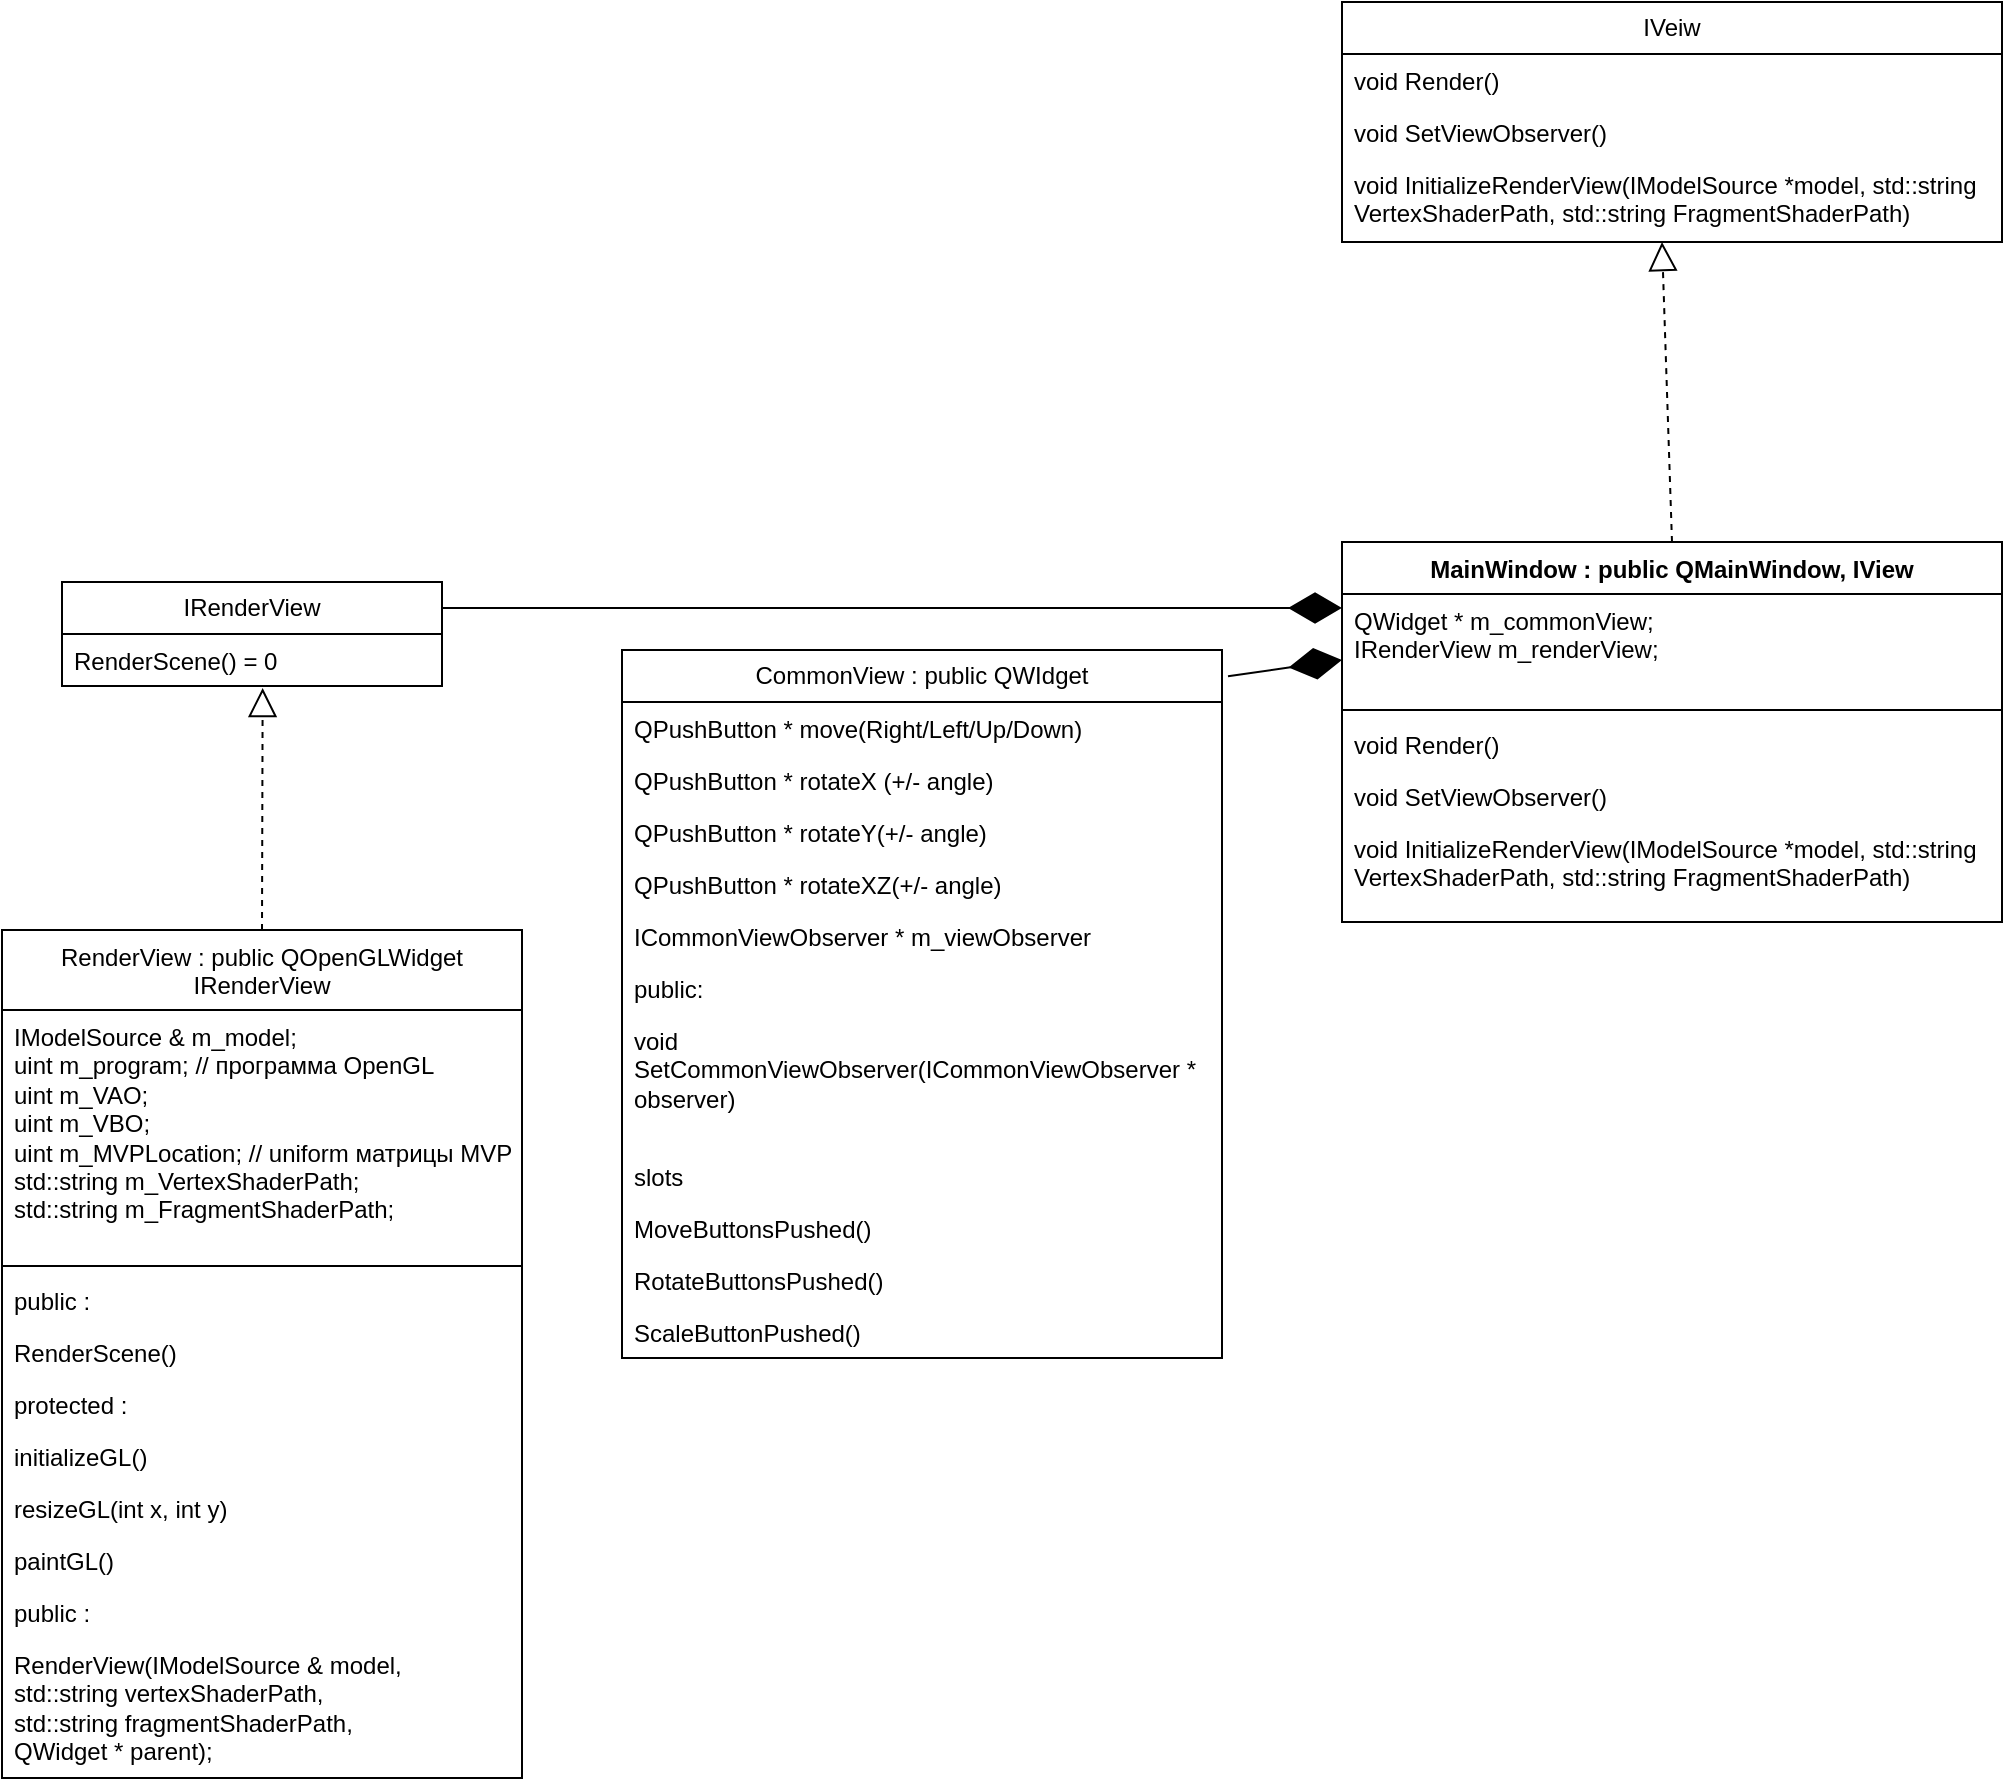
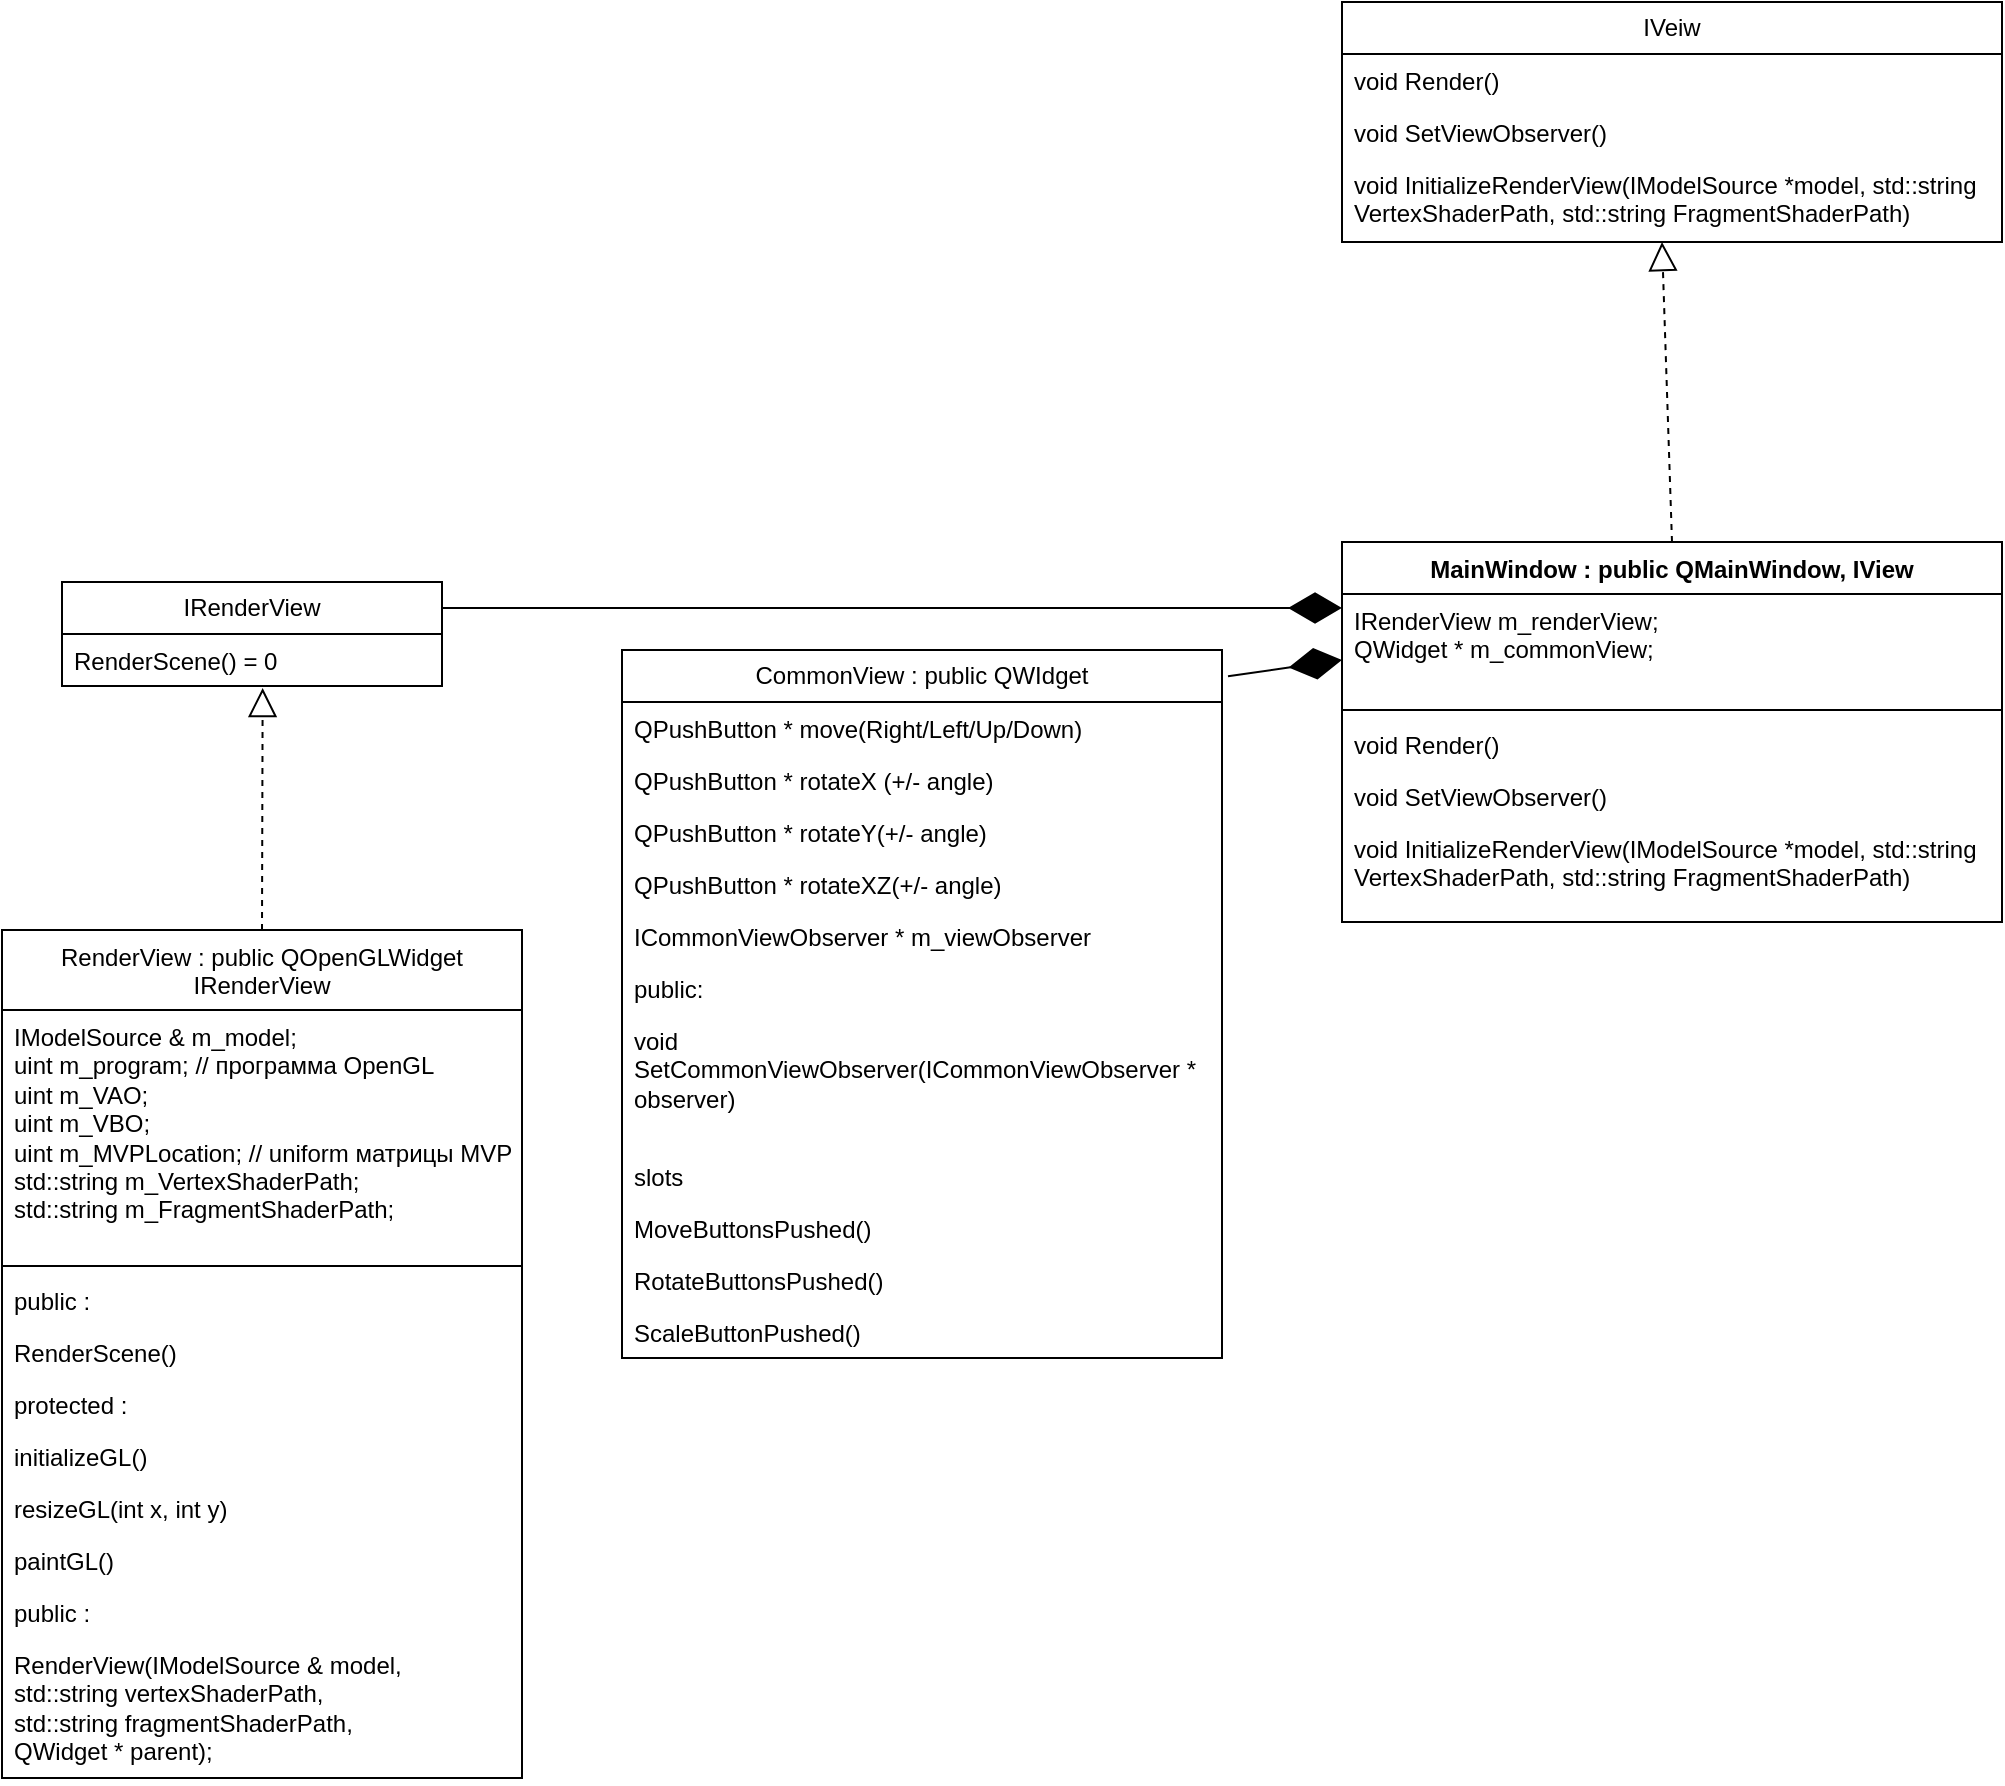
<mxfile host="Electron" agent="Mozilla/5.0 (Windows NT 10.0; Win64; x64) AppleWebKit/537.36 (KHTML, like Gecko) draw.io/27.0.2 Chrome/134.0.6998.205 Electron/35.3.0 Safari/537.36" version="27.0.2">
  <diagram name="Страница — 1" id="o-TjnIXwQH7PSGIuXzLL">
    <mxGraphModel dx="2253" dy="849" grid="1" gridSize="10" guides="1" tooltips="1" connect="1" arrows="1" fold="1" page="1" pageScale="1" pageWidth="827" pageHeight="1169" math="0" shadow="0">
      <root>
        <mxCell id="0" />
        <mxCell id="1" parent="0" />
        <mxCell id="r78E2_n_4Sw7PUzBjdpD-1" value="IVeiw" style="swimlane;fontStyle=0;childLayout=stackLayout;horizontal=1;startSize=26;fillColor=none;horizontalStack=0;resizeParent=1;resizeParentMax=0;resizeLast=0;collapsible=1;marginBottom=0;whiteSpace=wrap;html=1;" parent="1" vertex="1">
          <mxGeometry x="120" y="160" width="330" height="120" as="geometry" />
        </mxCell>
        <mxCell id="r78E2_n_4Sw7PUzBjdpD-2" value="void Render()" style="text;strokeColor=none;fillColor=none;align=left;verticalAlign=top;spacingLeft=4;spacingRight=4;overflow=hidden;rotatable=0;points=[[0,0.5],[1,0.5]];portConstraint=eastwest;whiteSpace=wrap;html=1;" parent="r78E2_n_4Sw7PUzBjdpD-1" vertex="1">
          <mxGeometry y="26" width="330" height="26" as="geometry" />
        </mxCell>
        <mxCell id="r78E2_n_4Sw7PUzBjdpD-3" value="void SetViewObserver()" style="text;strokeColor=none;fillColor=none;align=left;verticalAlign=top;spacingLeft=4;spacingRight=4;overflow=hidden;rotatable=0;points=[[0,0.5],[1,0.5]];portConstraint=eastwest;whiteSpace=wrap;html=1;" parent="r78E2_n_4Sw7PUzBjdpD-1" vertex="1">
          <mxGeometry y="52" width="330" height="26" as="geometry" />
        </mxCell>
        <mxCell id="r78E2_n_4Sw7PUzBjdpD-4" value="void InitializeRenderView(IModelSource *model, std::string VertexShaderPath, std::string FragmentShaderPath)" style="text;strokeColor=none;fillColor=none;align=left;verticalAlign=top;spacingLeft=4;spacingRight=4;overflow=hidden;rotatable=0;points=[[0,0.5],[1,0.5]];portConstraint=eastwest;whiteSpace=wrap;html=1;" parent="r78E2_n_4Sw7PUzBjdpD-1" vertex="1">
          <mxGeometry y="78" width="330" height="42" as="geometry" />
        </mxCell>
        <mxCell id="r78E2_n_4Sw7PUzBjdpD-12" value="MainWindow : public QMainWindow, IView" style="swimlane;fontStyle=1;align=center;verticalAlign=top;childLayout=stackLayout;horizontal=1;startSize=26;horizontalStack=0;resizeParent=1;resizeParentMax=0;resizeLast=0;collapsible=1;marginBottom=0;whiteSpace=wrap;html=1;" parent="1" vertex="1">
          <mxGeometry x="120" y="430" width="330" height="190" as="geometry" />
        </mxCell>
-         <mxCell id="r78E2_n_4Sw7PUzBjdpD-13" value="QWidget * m_commonView;&lt;div&gt;IRenderView m_renderView;&lt;/div&gt;" style="text;strokeColor=none;fillColor=none;align=left;verticalAlign=top;spacingLeft=4;spacingRight=4;overflow=hidden;rotatable=0;points=[[0,0.5],[1,0.5]];portConstraint=eastwest;whiteSpace=wrap;html=1;" parent="r78E2_n_4Sw7PUzBjdpD-12" vertex="1">
+         <mxCell id="r78E2_n_4Sw7PUzBjdpD-13" value="&lt;div&gt;IRenderView m_renderView;&lt;/div&gt;&lt;div&gt;QWidget * m_commonView;&lt;/div&gt;" style="text;strokeColor=none;fillColor=none;align=left;verticalAlign=top;spacingLeft=4;spacingRight=4;overflow=hidden;rotatable=0;points=[[0,0.5],[1,0.5]];portConstraint=eastwest;whiteSpace=wrap;html=1;" parent="r78E2_n_4Sw7PUzBjdpD-12" vertex="1">
          <mxGeometry y="26" width="330" height="54" as="geometry" />
        </mxCell>
        <mxCell id="r78E2_n_4Sw7PUzBjdpD-14" value="" style="line;strokeWidth=1;fillColor=none;align=left;verticalAlign=middle;spacingTop=-1;spacingLeft=3;spacingRight=3;rotatable=0;labelPosition=right;points=[];portConstraint=eastwest;strokeColor=inherit;" parent="r78E2_n_4Sw7PUzBjdpD-12" vertex="1">
          <mxGeometry y="80" width="330" height="8" as="geometry" />
        </mxCell>
        <mxCell id="r78E2_n_4Sw7PUzBjdpD-15" value="void Render()" style="text;strokeColor=none;fillColor=none;align=left;verticalAlign=top;spacingLeft=4;spacingRight=4;overflow=hidden;rotatable=0;points=[[0,0.5],[1,0.5]];portConstraint=eastwest;whiteSpace=wrap;html=1;" parent="r78E2_n_4Sw7PUzBjdpD-12" vertex="1">
          <mxGeometry y="88" width="330" height="26" as="geometry" />
        </mxCell>
        <mxCell id="r78E2_n_4Sw7PUzBjdpD-17" value="void SetViewObserver()" style="text;strokeColor=none;fillColor=none;align=left;verticalAlign=top;spacingLeft=4;spacingRight=4;overflow=hidden;rotatable=0;points=[[0,0.5],[1,0.5]];portConstraint=eastwest;whiteSpace=wrap;html=1;" parent="r78E2_n_4Sw7PUzBjdpD-12" vertex="1">
          <mxGeometry y="114" width="330" height="26" as="geometry" />
        </mxCell>
        <mxCell id="r78E2_n_4Sw7PUzBjdpD-18" value="void InitializeRenderView(IModelSource *model, std::string VertexShaderPath, std::string FragmentShaderPath)" style="text;strokeColor=none;fillColor=none;align=left;verticalAlign=top;spacingLeft=4;spacingRight=4;overflow=hidden;rotatable=0;points=[[0,0.5],[1,0.5]];portConstraint=eastwest;whiteSpace=wrap;html=1;" parent="r78E2_n_4Sw7PUzBjdpD-12" vertex="1">
          <mxGeometry y="140" width="330" height="50" as="geometry" />
        </mxCell>
        <mxCell id="r78E2_n_4Sw7PUzBjdpD-20" value="" style="endArrow=block;dashed=1;endFill=0;endSize=12;html=1;rounded=0;exitX=0.5;exitY=0;exitDx=0;exitDy=0;" parent="1" source="r78E2_n_4Sw7PUzBjdpD-12" edge="1">
          <mxGeometry width="160" relative="1" as="geometry">
            <mxPoint x="330" y="440" as="sourcePoint" />
            <mxPoint x="280" y="280" as="targetPoint" />
          </mxGeometry>
        </mxCell>
        <mxCell id="r78E2_n_4Sw7PUzBjdpD-21" value="IRenderView" style="swimlane;fontStyle=0;childLayout=stackLayout;horizontal=1;startSize=26;fillColor=none;horizontalStack=0;resizeParent=1;resizeParentMax=0;resizeLast=0;collapsible=1;marginBottom=0;whiteSpace=wrap;html=1;" parent="1" vertex="1">
          <mxGeometry x="-520" y="450" width="190" height="52" as="geometry" />
        </mxCell>
        <mxCell id="r78E2_n_4Sw7PUzBjdpD-22" value="RenderScene() = 0" style="text;strokeColor=none;fillColor=none;align=left;verticalAlign=top;spacingLeft=4;spacingRight=4;overflow=hidden;rotatable=0;points=[[0,0.5],[1,0.5]];portConstraint=eastwest;whiteSpace=wrap;html=1;" parent="r78E2_n_4Sw7PUzBjdpD-21" vertex="1">
          <mxGeometry y="26" width="190" height="26" as="geometry" />
        </mxCell>
        <mxCell id="r78E2_n_4Sw7PUzBjdpD-23" value="" style="endArrow=block;dashed=1;endFill=0;endSize=12;html=1;rounded=0;entryX=0.528;entryY=1.038;entryDx=0;entryDy=0;entryPerimeter=0;exitX=0.5;exitY=0;exitDx=0;exitDy=0;" parent="1" source="r78E2_n_4Sw7PUzBjdpD-24" target="r78E2_n_4Sw7PUzBjdpD-22" edge="1">
          <mxGeometry width="160" relative="1" as="geometry">
            <mxPoint x="-180" y="604" as="sourcePoint" />
            <mxPoint x="-140" y="524" as="targetPoint" />
          </mxGeometry>
        </mxCell>
        <mxCell id="r78E2_n_4Sw7PUzBjdpD-24" value="&lt;span style=&quot;font-weight: 400;&quot;&gt;RenderView : public QOpenGLWidget&lt;/span&gt;&lt;div&gt;&lt;span style=&quot;font-weight: 400;&quot;&gt;IRenderView&lt;/span&gt;&lt;/div&gt;&lt;div&gt;&lt;span style=&quot;font-weight: 400;&quot;&gt;&lt;br&gt;&lt;/span&gt;&lt;/div&gt;" style="swimlane;fontStyle=1;align=center;verticalAlign=top;childLayout=stackLayout;horizontal=1;startSize=40;horizontalStack=0;resizeParent=1;resizeParentMax=0;resizeLast=0;collapsible=1;marginBottom=0;whiteSpace=wrap;html=1;" parent="1" vertex="1">
          <mxGeometry x="-550" y="624" width="260" height="424" as="geometry" />
        </mxCell>
        <mxCell id="r78E2_n_4Sw7PUzBjdpD-25" value="IModelSource &amp;amp; m_model;&amp;nbsp;&lt;div&gt;uint m_program; // программа OpenGL&lt;/div&gt;&lt;div&gt;uint m_VAO;&lt;/div&gt;&lt;div&gt;uint m_VBO;&lt;/div&gt;&lt;div&gt;uint m_MVPLocation; // uniform матрицы MVP&lt;/div&gt;&lt;div&gt;std::string m_VertexShaderPath;&lt;/div&gt;&lt;div&gt;std::string m_FragmentShaderPath;&lt;/div&gt;" style="text;strokeColor=none;fillColor=none;align=left;verticalAlign=top;spacingLeft=4;spacingRight=4;overflow=hidden;rotatable=0;points=[[0,0.5],[1,0.5]];portConstraint=eastwest;whiteSpace=wrap;html=1;" parent="r78E2_n_4Sw7PUzBjdpD-24" vertex="1">
          <mxGeometry y="40" width="260" height="124" as="geometry" />
        </mxCell>
        <mxCell id="r78E2_n_4Sw7PUzBjdpD-26" value="" style="line;strokeWidth=1;fillColor=none;align=left;verticalAlign=middle;spacingTop=-1;spacingLeft=3;spacingRight=3;rotatable=0;labelPosition=right;points=[];portConstraint=eastwest;strokeColor=inherit;" parent="r78E2_n_4Sw7PUzBjdpD-24" vertex="1">
          <mxGeometry y="164" width="260" height="8" as="geometry" />
        </mxCell>
        <mxCell id="r78E2_n_4Sw7PUzBjdpD-27" value="public :" style="text;strokeColor=none;fillColor=none;align=left;verticalAlign=top;spacingLeft=4;spacingRight=4;overflow=hidden;rotatable=0;points=[[0,0.5],[1,0.5]];portConstraint=eastwest;whiteSpace=wrap;html=1;" parent="r78E2_n_4Sw7PUzBjdpD-24" vertex="1">
          <mxGeometry y="172" width="260" height="26" as="geometry" />
        </mxCell>
        <mxCell id="r78E2_n_4Sw7PUzBjdpD-28" value="RenderScene()" style="text;strokeColor=none;fillColor=none;align=left;verticalAlign=top;spacingLeft=4;spacingRight=4;overflow=hidden;rotatable=0;points=[[0,0.5],[1,0.5]];portConstraint=eastwest;whiteSpace=wrap;html=1;" parent="r78E2_n_4Sw7PUzBjdpD-24" vertex="1">
          <mxGeometry y="198" width="260" height="26" as="geometry" />
        </mxCell>
        <mxCell id="r78E2_n_4Sw7PUzBjdpD-29" value="protected :" style="text;strokeColor=none;fillColor=none;align=left;verticalAlign=top;spacingLeft=4;spacingRight=4;overflow=hidden;rotatable=0;points=[[0,0.5],[1,0.5]];portConstraint=eastwest;whiteSpace=wrap;html=1;" parent="r78E2_n_4Sw7PUzBjdpD-24" vertex="1">
          <mxGeometry y="224" width="260" height="26" as="geometry" />
        </mxCell>
        <mxCell id="r78E2_n_4Sw7PUzBjdpD-30" value="initializeGL()" style="text;strokeColor=none;fillColor=none;align=left;verticalAlign=top;spacingLeft=4;spacingRight=4;overflow=hidden;rotatable=0;points=[[0,0.5],[1,0.5]];portConstraint=eastwest;whiteSpace=wrap;html=1;" parent="r78E2_n_4Sw7PUzBjdpD-24" vertex="1">
          <mxGeometry y="250" width="260" height="26" as="geometry" />
        </mxCell>
        <mxCell id="r78E2_n_4Sw7PUzBjdpD-31" value="resizeGL(int x, int y)" style="text;strokeColor=none;fillColor=none;align=left;verticalAlign=top;spacingLeft=4;spacingRight=4;overflow=hidden;rotatable=0;points=[[0,0.5],[1,0.5]];portConstraint=eastwest;whiteSpace=wrap;html=1;" parent="r78E2_n_4Sw7PUzBjdpD-24" vertex="1">
          <mxGeometry y="276" width="260" height="26" as="geometry" />
        </mxCell>
        <mxCell id="r78E2_n_4Sw7PUzBjdpD-32" value="paintGL()" style="text;strokeColor=none;fillColor=none;align=left;verticalAlign=top;spacingLeft=4;spacingRight=4;overflow=hidden;rotatable=0;points=[[0,0.5],[1,0.5]];portConstraint=eastwest;whiteSpace=wrap;html=1;" parent="r78E2_n_4Sw7PUzBjdpD-24" vertex="1">
          <mxGeometry y="302" width="260" height="26" as="geometry" />
        </mxCell>
        <mxCell id="r78E2_n_4Sw7PUzBjdpD-33" value="public :" style="text;strokeColor=none;fillColor=none;align=left;verticalAlign=top;spacingLeft=4;spacingRight=4;overflow=hidden;rotatable=0;points=[[0,0.5],[1,0.5]];portConstraint=eastwest;whiteSpace=wrap;html=1;" parent="r78E2_n_4Sw7PUzBjdpD-24" vertex="1">
          <mxGeometry y="328" width="260" height="26" as="geometry" />
        </mxCell>
        <mxCell id="r78E2_n_4Sw7PUzBjdpD-34" value="RenderView(IModelSource &amp;amp;&amp;nbsp;model,&lt;div&gt;std::string vertexShaderPath,&lt;/div&gt;&lt;div&gt;std::string fragmentShaderPath,&lt;/div&gt;&lt;div&gt;QWidget * parent);&lt;/div&gt;" style="text;strokeColor=none;fillColor=none;align=left;verticalAlign=top;spacingLeft=4;spacingRight=4;overflow=hidden;rotatable=0;points=[[0,0.5],[1,0.5]];portConstraint=eastwest;whiteSpace=wrap;html=1;" parent="r78E2_n_4Sw7PUzBjdpD-24" vertex="1">
          <mxGeometry y="354" width="260" height="70" as="geometry" />
        </mxCell>
        <mxCell id="r78E2_n_4Sw7PUzBjdpD-35" value="" style="endArrow=diamondThin;endFill=1;endSize=24;html=1;rounded=0;entryX=0;entryY=0.5;entryDx=0;entryDy=0;exitX=1;exitY=0.25;exitDx=0;exitDy=0;" parent="1" source="r78E2_n_4Sw7PUzBjdpD-21" edge="1">
          <mxGeometry width="160" relative="1" as="geometry">
            <mxPoint x="330" y="704" as="sourcePoint" />
            <mxPoint x="120" y="463" as="targetPoint" />
          </mxGeometry>
        </mxCell>
        <mxCell id="r78E2_n_4Sw7PUzBjdpD-36" value="CommonView : public QWIdget" style="swimlane;fontStyle=0;childLayout=stackLayout;horizontal=1;startSize=26;fillColor=none;horizontalStack=0;resizeParent=1;resizeParentMax=0;resizeLast=0;collapsible=1;marginBottom=0;whiteSpace=wrap;html=1;" parent="1" vertex="1">
          <mxGeometry x="-240" y="484" width="300" height="354" as="geometry" />
        </mxCell>
        <mxCell id="r78E2_n_4Sw7PUzBjdpD-37" value="QPushButton * move(Right/Left/Up/Down)" style="text;strokeColor=none;fillColor=none;align=left;verticalAlign=top;spacingLeft=4;spacingRight=4;overflow=hidden;rotatable=0;points=[[0,0.5],[1,0.5]];portConstraint=eastwest;whiteSpace=wrap;html=1;" parent="r78E2_n_4Sw7PUzBjdpD-36" vertex="1">
          <mxGeometry y="26" width="300" height="26" as="geometry" />
        </mxCell>
        <mxCell id="r78E2_n_4Sw7PUzBjdpD-38" value="QPushButton * rotateX (+/- angle)" style="text;strokeColor=none;fillColor=none;align=left;verticalAlign=top;spacingLeft=4;spacingRight=4;overflow=hidden;rotatable=0;points=[[0,0.5],[1,0.5]];portConstraint=eastwest;whiteSpace=wrap;html=1;" parent="r78E2_n_4Sw7PUzBjdpD-36" vertex="1">
          <mxGeometry y="52" width="300" height="26" as="geometry" />
        </mxCell>
        <mxCell id="r78E2_n_4Sw7PUzBjdpD-39" value="QPushButton * rotateY(+/- angle)" style="text;strokeColor=none;fillColor=none;align=left;verticalAlign=top;spacingLeft=4;spacingRight=4;overflow=hidden;rotatable=0;points=[[0,0.5],[1,0.5]];portConstraint=eastwest;whiteSpace=wrap;html=1;" parent="r78E2_n_4Sw7PUzBjdpD-36" vertex="1">
          <mxGeometry y="78" width="300" height="26" as="geometry" />
        </mxCell>
        <mxCell id="r78E2_n_4Sw7PUzBjdpD-40" value="QPushButton * rotateXZ(+/- angle)" style="text;strokeColor=none;fillColor=none;align=left;verticalAlign=top;spacingLeft=4;spacingRight=4;overflow=hidden;rotatable=0;points=[[0,0.5],[1,0.5]];portConstraint=eastwest;whiteSpace=wrap;html=1;" parent="r78E2_n_4Sw7PUzBjdpD-36" vertex="1">
          <mxGeometry y="104" width="300" height="26" as="geometry" />
        </mxCell>
        <mxCell id="r78E2_n_4Sw7PUzBjdpD-41" value="ICommonViewObserver * m_viewObserver" style="text;strokeColor=none;fillColor=none;align=left;verticalAlign=top;spacingLeft=4;spacingRight=4;overflow=hidden;rotatable=0;points=[[0,0.5],[1,0.5]];portConstraint=eastwest;whiteSpace=wrap;html=1;" parent="r78E2_n_4Sw7PUzBjdpD-36" vertex="1">
          <mxGeometry y="130" width="300" height="26" as="geometry" />
        </mxCell>
        <mxCell id="r78E2_n_4Sw7PUzBjdpD-42" value="public:" style="text;strokeColor=none;fillColor=none;align=left;verticalAlign=top;spacingLeft=4;spacingRight=4;overflow=hidden;rotatable=0;points=[[0,0.5],[1,0.5]];portConstraint=eastwest;whiteSpace=wrap;html=1;" parent="r78E2_n_4Sw7PUzBjdpD-36" vertex="1">
          <mxGeometry y="156" width="300" height="26" as="geometry" />
        </mxCell>
        <mxCell id="r78E2_n_4Sw7PUzBjdpD-43" value="void SetCommonViewObserver(ICommonViewObserver * observer)" style="text;strokeColor=none;fillColor=none;align=left;verticalAlign=top;spacingLeft=4;spacingRight=4;overflow=hidden;rotatable=0;points=[[0,0.5],[1,0.5]];portConstraint=eastwest;whiteSpace=wrap;html=1;" parent="r78E2_n_4Sw7PUzBjdpD-36" vertex="1">
          <mxGeometry y="182" width="300" height="68" as="geometry" />
        </mxCell>
        <mxCell id="r78E2_n_4Sw7PUzBjdpD-44" value="slots" style="text;strokeColor=none;fillColor=none;align=left;verticalAlign=top;spacingLeft=4;spacingRight=4;overflow=hidden;rotatable=0;points=[[0,0.5],[1,0.5]];portConstraint=eastwest;whiteSpace=wrap;html=1;" parent="r78E2_n_4Sw7PUzBjdpD-36" vertex="1">
          <mxGeometry y="250" width="300" height="26" as="geometry" />
        </mxCell>
        <mxCell id="r78E2_n_4Sw7PUzBjdpD-45" value="MoveButtonsPushed()" style="text;strokeColor=none;fillColor=none;align=left;verticalAlign=top;spacingLeft=4;spacingRight=4;overflow=hidden;rotatable=0;points=[[0,0.5],[1,0.5]];portConstraint=eastwest;whiteSpace=wrap;html=1;" parent="r78E2_n_4Sw7PUzBjdpD-36" vertex="1">
          <mxGeometry y="276" width="300" height="26" as="geometry" />
        </mxCell>
        <mxCell id="r78E2_n_4Sw7PUzBjdpD-46" value="RotateButtonsPushed()" style="text;strokeColor=none;fillColor=none;align=left;verticalAlign=top;spacingLeft=4;spacingRight=4;overflow=hidden;rotatable=0;points=[[0,0.5],[1,0.5]];portConstraint=eastwest;whiteSpace=wrap;html=1;" parent="r78E2_n_4Sw7PUzBjdpD-36" vertex="1">
          <mxGeometry y="302" width="300" height="26" as="geometry" />
        </mxCell>
        <mxCell id="r78E2_n_4Sw7PUzBjdpD-47" value="ScaleButtonPushed()" style="text;strokeColor=none;fillColor=none;align=left;verticalAlign=top;spacingLeft=4;spacingRight=4;overflow=hidden;rotatable=0;points=[[0,0.5],[1,0.5]];portConstraint=eastwest;whiteSpace=wrap;html=1;" parent="r78E2_n_4Sw7PUzBjdpD-36" vertex="1">
          <mxGeometry y="328" width="300" height="26" as="geometry" />
        </mxCell>
        <mxCell id="r78E2_n_4Sw7PUzBjdpD-48" value="" style="endArrow=diamondThin;endFill=1;endSize=24;html=1;rounded=0;entryX=0;entryY=0.5;entryDx=0;entryDy=0;exitX=1.01;exitY=0.037;exitDx=0;exitDy=0;exitPerimeter=0;" parent="1" source="r78E2_n_4Sw7PUzBjdpD-36" edge="1">
          <mxGeometry width="160" relative="1" as="geometry">
            <mxPoint x="-130" y="704" as="sourcePoint" />
            <mxPoint x="120" y="489" as="targetPoint" />
          </mxGeometry>
        </mxCell>
      </root>
    </mxGraphModel>
  </diagram>
</mxfile>
